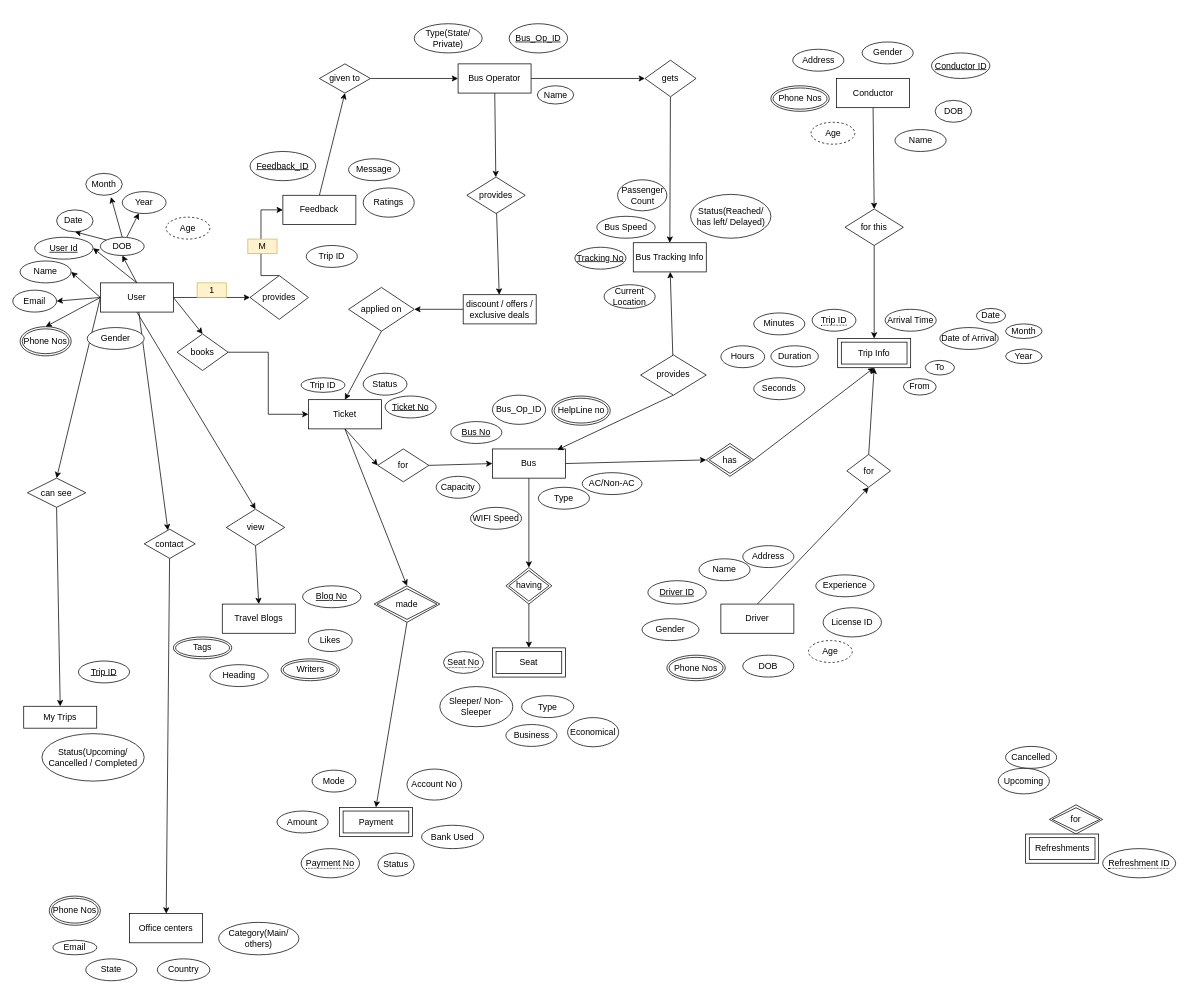
The draw.io diagram Assignment1B.drawio in ritu456286/DBMS, before the edit. Source tidied: cells renumbered, new cells numbered last; positions are measured from the earlier drawing's top-left corner, leaving out a move shared by most shapes. Both pictures are drawn from the tidied source at 73%, with x=0, y=0 at pixel (12, 23).
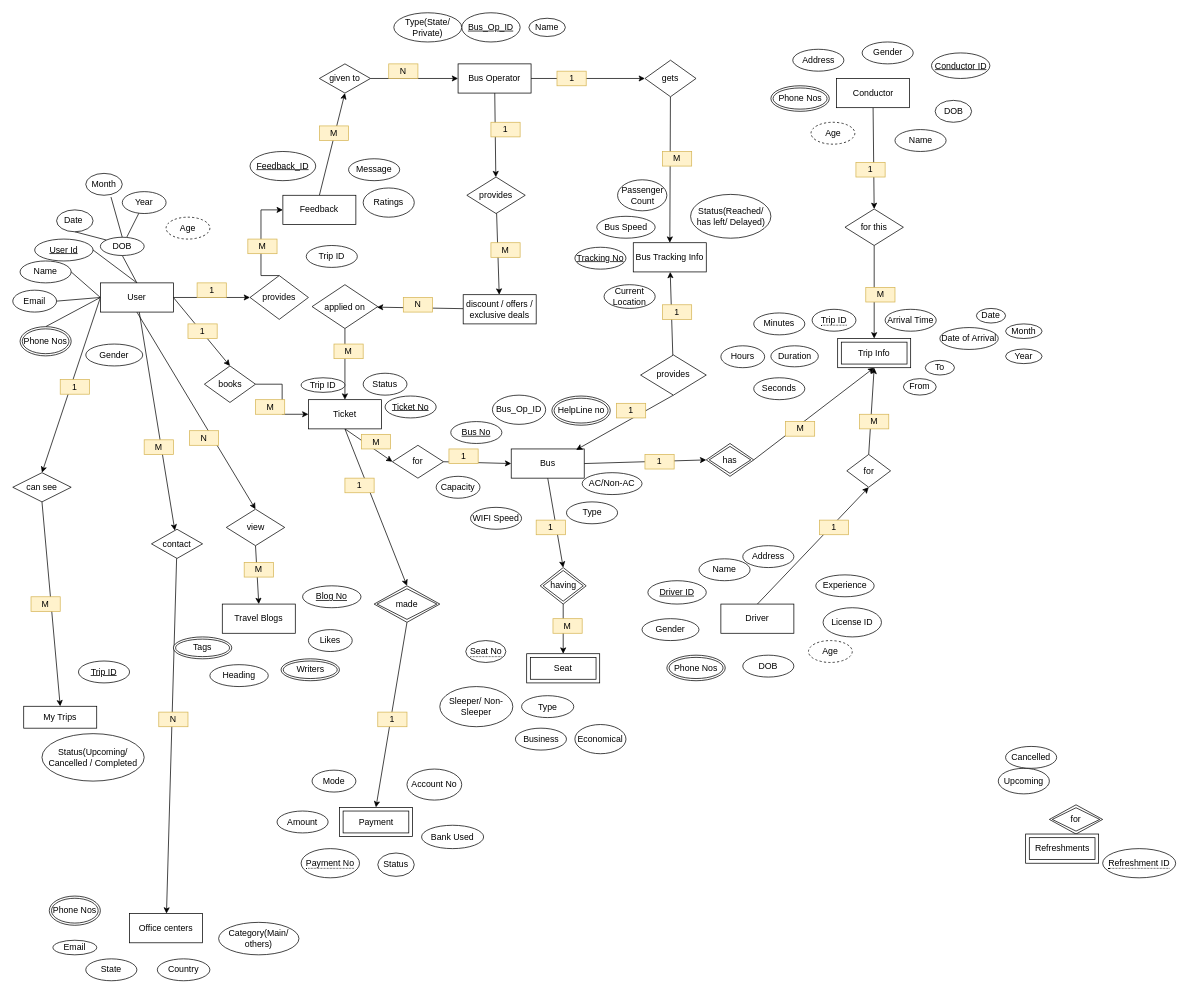
The same page after the edit.

Unchanged cells that the change refers to:
```xml
<mxCell id="12" value="User" style="whiteSpace=wrap;html=1;align=center;" parent="1" vertex="1">
  <mxGeometry x="120" y="355" width="100" height="40" as="geometry" />
</mxCell>
<mxCell id="64" value="Name" style="ellipse;whiteSpace=wrap;html=1;align=center;" parent="1" vertex="1">
  <mxGeometry x="10" y="325" width="70" height="30" as="geometry" />
</mxCell>
<mxCell id="67" value="DOB" style="ellipse;whiteSpace=wrap;html=1;align=center;" parent="1" vertex="1">
  <mxGeometry x="120" y="292.5" width="60" height="25" as="geometry" />
</mxCell>
<mxCell id="68" value="Date&amp;nbsp;" style="ellipse;whiteSpace=wrap;html=1;align=center;" parent="1" vertex="1">
  <mxGeometry x="60" y="255" width="50" height="30" as="geometry" />
</mxCell>
<mxCell id="69" value="Month" style="ellipse;whiteSpace=wrap;html=1;align=center;" parent="1" vertex="1">
  <mxGeometry x="100" y="205" width="50" height="30" as="geometry" />
</mxCell>
<mxCell id="70" value="Year" style="ellipse;whiteSpace=wrap;html=1;align=center;" parent="1" vertex="1">
  <mxGeometry x="150" y="230" width="60" height="30" as="geometry" />
</mxCell>
<mxCell id="72" value="Email" style="ellipse;whiteSpace=wrap;html=1;align=center;" parent="1" vertex="1">
  <mxGeometry y="365" width="60" height="30" as="geometry" />
</mxCell>
<mxCell id="86" value="Phone Nos" style="ellipse;shape=doubleEllipse;margin=3;whiteSpace=wrap;html=1;align=center;" parent="1" vertex="1">
  <mxGeometry x="10" y="415" width="70" height="40" as="geometry" />
</mxCell>
```

What changed in the source:
```diff
@@
-    <mxCell id="7" style="edgeStyle=none;rounded=0;jettySize=auto;html=1;exitX=0.5;exitY=0;exitDx=0;exitDy=0;entryX=0.5;entryY=1;entryDx=0;entryDy=0;" parent="1" edge="1" source="12" target="67">
+    <mxCell id="7" style="edgeStyle=none;rounded=0;jettySize=auto;html=1;exitX=0.5;exitY=0;exitDx=0;exitDy=0;entryX=0.5;entryY=1;entryDx=0;entryDy=0;endArrow=none;endFill=0;" parent="1" edge="1" source="12" target="67">
       <mxGeometry relative="1" as="geometry" />
     </mxCell>
-    <mxCell id="8" style="edgeStyle=none;rounded=0;jettySize=auto;html=1;exitX=0.5;exitY=0;exitDx=0;exitDy=0;entryX=1;entryY=0.5;entryDx=0;entryDy=0;" parent="1" edge="1" source="12" target="63">
+    <mxCell id="8" style="rounded=0;jettySize=auto;html=1;exitX=0.5;exitY=0;exitDx=0;exitDy=0;entryX=1;entryY=0.5;entryDx=0;entryDy=0;endArrow=none;endFill=0;" parent="1" edge="1" source="12" target="63">
       <mxGeometry relative="1" as="geometry" />
     </mxCell>
-    <mxCell id="9" style="edgeStyle=none;rounded=0;jettySize=auto;html=1;exitX=0;exitY=0.5;exitDx=0;exitDy=0;entryX=1;entryY=0.5;entryDx=0;entryDy=0;" parent="1" edge="1" source="12" target="64">
+    <mxCell id="9" style="edgeStyle=none;rounded=0;jettySize=auto;html=1;exitX=0;exitY=0.5;exitDx=0;exitDy=0;entryX=1;entryY=0.5;entryDx=0;entryDy=0;endArrow=none;endFill=0;" parent="1" edge="1" source="12" target="64">
       <mxGeometry relative="1" as="geometry" />
     </mxCell>
-    <mxCell id="10" style="edgeStyle=none;rounded=0;jettySize=auto;html=1;exitX=0;exitY=0.5;exitDx=0;exitDy=0;entryX=1;entryY=0.5;entryDx=0;entryDy=0;" parent="1" edge="1" source="12" target="72">
+    <mxCell id="10" style="edgeStyle=none;rounded=0;jettySize=auto;html=1;exitX=0;exitY=0.5;exitDx=0;exitDy=0;entryX=1;entryY=0.5;entryDx=0;entryDy=0;endArrow=none;endFill=0;" parent="1" edge="1" source="12" target="72">
       <mxGeometry relative="1" as="geometry" />
     </mxCell>
-    <mxCell id="11" style="edgeStyle=none;rounded=0;jettySize=auto;html=1;exitX=0;exitY=0.5;exitDx=0;exitDy=0;entryX=0.5;entryY=0;entryDx=0;entryDy=0;" parent="1" edge="1" source="12" target="86">
+    <mxCell id="11" style="edgeStyle=none;rounded=0;jettySize=auto;html=1;exitX=0;exitY=0.5;exitDx=0;exitDy=0;entryX=0.5;entryY=0;entryDx=0;entryDy=0;endArrow=none;endFill=0;" parent="1" edge="1" source="12" target="86">
       <mxGeometry relative="1" as="geometry" />
     </mxCell>
@@
     <mxCell id="26" value="applied on" style="shape=rhombus;perimeter=rhombusPerimeter;whiteSpace=wrap;html=1;align=center;" parent="1" vertex="1">
-      <mxGeometry x="460" y="361.2" width="90" height="60" as="geometry" />
+      <mxGeometry x="410" y="357.5" width="90" height="60" as="geometry" />
     </mxCell>
@@
     <mxCell id="34" value="can see" style="shape=rhombus;perimeter=rhombusPerimeter;whiteSpace=wrap;html=1;align=center;" parent="1" vertex="1">
-      <mxGeometry x="20" y="622.5" width="80" height="40" as="geometry" />
+      <mxGeometry y="615" width="80" height="40" as="geometry" />
     </mxCell>
@@
     <mxCell id="36" value="contact" style="shape=rhombus;perimeter=rhombusPerimeter;whiteSpace=wrap;html=1;align=center;" parent="1" vertex="1">
-      <mxGeometry x="180" y="692.5" width="70" height="40" as="geometry" />
+      <mxGeometry x="190" y="692.5" width="70" height="40" as="geometry" />
     </mxCell>
@@
     <mxCell id="38" value="books" style="shape=rhombus;perimeter=rhombusPerimeter;whiteSpace=wrap;html=1;align=center;" parent="1" vertex="1">
-      <mxGeometry x="225" y="425" width="70" height="50" as="geometry" />
+      <mxGeometry x="262.5" y="468.8" width="70" height="50" as="geometry" />
     </mxCell>
@@
-    <mxCell id="44" style="edgeStyle=none;rounded=0;jettySize=auto;html=1;exitX=0.5;exitY=1;exitDx=0;exitDy=0;entryX=0.5;entryY=0;entryDx=0;entryDy=0;" parent="1" edge="1" source="46">
-      <mxGeometry relative="1" as="geometry">
-        <mxPoint x="707" y="745" as="targetPoint" />
-      </mxGeometry>
+    <mxCell id="44" style="edgeStyle=none;rounded=0;jettySize=auto;html=1;exitX=0.5;exitY=1;exitDx=0;exitDy=0;entryX=0.5;entryY=0;entryDx=0;entryDy=0;" parent="1" edge="1" source="46" target="88">
+      <mxGeometry relative="1" as="geometry" />
     </mxCell>
@@
     <mxCell id="46" value="Bus" style="whiteSpace=wrap;html=1;align=center;" parent="1" vertex="1">
-      <mxGeometry x="657" y="582.5" width="100" height="40" as="geometry" />
+      <mxGeometry x="682.8" y="582.5" width="100" height="40" as="geometry" />
     </mxCell>
-    <mxCell id="47" style="edgeStyle=none;rounded=0;jettySize=auto;html=1;exitX=0.5;exitY=1;exitDx=0;exitDy=0;entryX=0.5;entryY=0;entryDx=0;entryDy=0;" parent="1" edge="1" target="87">
-      <mxGeometry relative="1" as="geometry">
-        <mxPoint x="707" y="795" as="sourcePoint" />
-      </mxGeometry>
+    <mxCell id="47" style="edgeStyle=none;rounded=0;jettySize=auto;html=1;exitX=0.5;exitY=1;exitDx=0;exitDy=0;entryX=0.5;entryY=0;entryDx=0;entryDy=0;" parent="1" edge="1" source="88" target="87">
+      <mxGeometry relative="1" as="geometry" />
     </mxCell>
@@
     <mxCell id="58" value="for" style="shape=rhombus;perimeter=rhombusPerimeter;whiteSpace=wrap;html=1;align=center;" parent="1" vertex="1">
-      <mxGeometry x="500" y="582.5" width="70" height="45" as="geometry" />
+      <mxGeometry x="520" y="577.5" width="70" height="45" as="geometry" />
     </mxCell>
@@
     <mxCell id="63" value="User Id" style="ellipse;whiteSpace=wrap;html=1;align=center;fontStyle=4;" parent="1" vertex="1">
-      <mxGeometry x="30" y="292.5" width="80" height="30" as="geometry" />
+      <mxGeometry x="30" y="295" width="80" height="30" as="geometry" />
     </mxCell>
@@
-    <mxCell id="65" style="edgeStyle=none;rounded=0;jettySize=auto;html=1;" parent="1" edge="1" source="67" target="70">
+    <mxCell id="65" style="edgeStyle=none;rounded=0;jettySize=auto;html=1;endArrow=none;endFill=0;" parent="1" edge="1" source="67" target="70">
       <mxGeometry relative="1" as="geometry" />
     </mxCell>
-    <mxCell id="66" style="edgeStyle=none;rounded=0;jettySize=auto;html=1;exitX=0;exitY=0;exitDx=0;exitDy=0;entryX=0.5;entryY=1;entryDx=0;entryDy=0;" parent="1" edge="1" source="67" target="68">
+    <mxCell id="66" style="edgeStyle=none;rounded=0;jettySize=auto;html=1;exitX=0;exitY=0;exitDx=0;exitDy=0;entryX=0.5;entryY=1;entryDx=0;entryDy=0;endArrow=none;endFill=0;" parent="1" edge="1" source="67" target="68">
       <mxGeometry relative="1" as="geometry" />
     </mxCell>
@@
-    <mxCell id="71" style="edgeStyle=none;rounded=0;jettySize=auto;html=1;exitX=0.5;exitY=0;exitDx=0;exitDy=0;entryX=0.691;entryY=1.081;entryDx=0;entryDy=0;entryPerimeter=0;" parent="1" edge="1" source="67" target="69">
+    <mxCell id="71" style="edgeStyle=none;rounded=0;jettySize=auto;html=1;exitX=0.5;exitY=0;exitDx=0;exitDy=0;entryX=0.691;entryY=1.081;entryDx=0;entryDy=0;entryPerimeter=0;endArrow=none;endFill=0;" parent="1" edge="1" source="67" target="69">
       <mxGeometry relative="1" as="geometry" />
     </mxCell>
@@
     <mxCell id="80" value="Type" style="ellipse;whiteSpace=wrap;html=1;align=center;" parent="1" vertex="1">
-      <mxGeometry x="720" y="635" width="70" height="30" as="geometry" />
+      <mxGeometry x="758.5" y="655" width="70" height="30" as="geometry" />
     </mxCell>
@@
     <mxCell id="84" value="Economical" style="ellipse;whiteSpace=wrap;html=1;align=center;" parent="1" vertex="1">
-      <mxGeometry x="760" y="950.5" width="70" height="40" as="geometry" />
+      <mxGeometry x="770" y="960" width="70" height="40" as="geometry" />
     </mxCell>
     <mxCell id="85" value="Business" style="ellipse;whiteSpace=wrap;html=1;align=center;" parent="1" vertex="1">
-      <mxGeometry x="675.5" y="960" width="70" height="30" as="geometry" />
+      <mxGeometry x="688.5" y="965" width="70" height="30" as="geometry" />
     </mxCell>
@@
     <mxCell id="87" value="Seat" style="shape=ext;margin=3;double=1;whiteSpace=wrap;html=1;align=center;" parent="1" vertex="1">
-      <mxGeometry x="657" y="855" width="100" height="40" as="geometry" />
+      <mxGeometry x="704" y="863" width="100" height="40" as="geometry" />
     </mxCell>
     <mxCell id="88" value="having" style="shape=rhombus;double=1;perimeter=rhombusPerimeter;whiteSpace=wrap;html=1;align=center;" parent="1" vertex="1">
-      <mxGeometry x="675.5" y="745" width="63" height="50" as="geometry" />
+      <mxGeometry x="722.5" y="745" width="63" height="50" as="geometry" />
     </mxCell>
     <mxCell id="89" value="&lt;span style=&quot;border-bottom: 1px dotted&quot;&gt;Seat No&lt;/span&gt;" style="ellipse;whiteSpace=wrap;html=1;align=center;" parent="1" vertex="1">
-      <mxGeometry x="590" y="860" width="55" height="30" as="geometry" />
+      <mxGeometry x="620.5" y="845" width="55" height="30" as="geometry" />
     </mxCell>
@@
     <mxCell id="128" value="Gender" style="ellipse;whiteSpace=wrap;html=1;align=center;" parent="1" vertex="1">
-      <mxGeometry x="102" y="416.2" width="78" height="30" as="geometry" />
+      <mxGeometry x="100" y="438.8" width="78" height="30" as="geometry" />
     </mxCell>
@@
     <mxCell id="153" value="Bus_Op_ID" style="ellipse;whiteSpace=wrap;html=1;align=center;fontStyle=4;" parent="1" vertex="1">
-      <mxGeometry x="680" width="80" height="40" as="geometry" />
+      <mxGeometry x="615" y="-15" width="80" height="40" as="geometry" />
     </mxCell>
     <mxCell id="154" value="Name" style="ellipse;whiteSpace=wrap;html=1;align=center;" parent="1" vertex="1">
-      <mxGeometry x="718.5" y="85" width="50" height="25" as="geometry" />
+      <mxGeometry x="707" y="-7.5" width="50" height="25" as="geometry" />
     </mxCell>
@@
     <mxCell id="159" value="Type(State/ Private)" style="ellipse;whiteSpace=wrap;html=1;align=center;" parent="1" vertex="1">
-      <mxGeometry x="550" width="93" height="40" as="geometry" />
+      <mxGeometry x="522" y="-15" width="93" height="40" as="geometry" />
     </mxCell>
@@
+    <mxCell id="163" value="M" style="text;html=1;strokeColor=#d6b656;fillColor=#fff2cc;align=center;verticalAlign=middle;whiteSpace=wrap;rounded=0;" parent="1" vertex="1">
+      <mxGeometry x="420" y="140" width="40" height="20" as="geometry" />
+    </mxCell>
+    <mxCell id="164" value="N" style="text;html=1;strokeColor=#d6b656;fillColor=#fff2cc;align=center;verticalAlign=middle;whiteSpace=wrap;rounded=0;" parent="1" vertex="1">
+      <mxGeometry x="515" y="55" width="40" height="20" as="geometry" />
+    </mxCell>
+    <mxCell id="165" value="1" style="text;html=1;strokeColor=#d6b656;fillColor=#fff2cc;align=center;verticalAlign=middle;whiteSpace=wrap;rounded=0;" parent="1" vertex="1">
+      <mxGeometry x="745.5" y="65" width="40" height="20" as="geometry" />
+    </mxCell>
+    <mxCell id="166" value="M" style="text;html=1;strokeColor=#d6b656;fillColor=#fff2cc;align=center;verticalAlign=middle;whiteSpace=wrap;rounded=0;" parent="1" vertex="1">
+      <mxGeometry x="890" y="175" width="40" height="20" as="geometry" />
+    </mxCell>
+    <mxCell id="167" value="1" style="text;html=1;strokeColor=#d6b656;fillColor=#fff2cc;align=center;verticalAlign=middle;whiteSpace=wrap;rounded=0;" parent="1" vertex="1">
+      <mxGeometry x="655" y="135" width="40" height="20" as="geometry" />
+    </mxCell>
+    <mxCell id="168" value="M" style="text;html=1;strokeColor=#d6b656;fillColor=#fff2cc;align=center;verticalAlign=middle;whiteSpace=wrap;rounded=0;" parent="1" vertex="1">
+      <mxGeometry x="655" y="300" width="40" height="20" as="geometry" />
+    </mxCell>
+    <mxCell id="169" value="1" style="text;html=1;strokeColor=#d6b656;fillColor=#fff2cc;align=center;verticalAlign=middle;whiteSpace=wrap;rounded=0;" parent="1" vertex="1">
+      <mxGeometry x="827" y="520" width="40" height="20" as="geometry" />
+    </mxCell>
+    <mxCell id="170" value="1" style="text;html=1;strokeColor=#d6b656;fillColor=#fff2cc;align=center;verticalAlign=middle;whiteSpace=wrap;rounded=0;" parent="1" vertex="1">
+      <mxGeometry x="890" y="385" width="40" height="20" as="geometry" />
+    </mxCell>
+    <mxCell id="171" value="1" style="text;html=1;strokeColor=#d6b656;fillColor=#fff2cc;align=center;verticalAlign=middle;whiteSpace=wrap;rounded=0;" parent="1" vertex="1">
+      <mxGeometry x="240" y="411.2" width="40" height="20" as="geometry" />
+    </mxCell>
+    <mxCell id="172" value="M" style="text;html=1;strokeColor=#d6b656;fillColor=#fff2cc;align=center;verticalAlign=middle;whiteSpace=wrap;rounded=0;" parent="1" vertex="1">
+      <mxGeometry x="332.5" y="515" width="40" height="20" as="geometry" />
+    </mxCell>
+    <mxCell id="173" value="M" style="text;html=1;strokeColor=#d6b656;fillColor=#fff2cc;align=center;verticalAlign=middle;whiteSpace=wrap;rounded=0;" parent="1" vertex="1">
+      <mxGeometry x="180" y="570" width="40" height="20" as="geometry" />
+    </mxCell>
+    <mxCell id="174" value="N" style="text;html=1;strokeColor=#d6b656;fillColor=#fff2cc;align=center;verticalAlign=middle;whiteSpace=wrap;rounded=0;" parent="1" vertex="1">
+      <mxGeometry x="200" y="943" width="40" height="20" as="geometry" />
+    </mxCell>
+    <mxCell id="175" value="M" style="text;html=1;strokeColor=#d6b656;fillColor=#fff2cc;align=center;verticalAlign=middle;whiteSpace=wrap;rounded=0;" parent="1" vertex="1">
+      <mxGeometry x="25" y="785" width="40" height="20" as="geometry" />
+    </mxCell>
+    <mxCell id="176" value="1" style="text;html=1;strokeColor=#d6b656;fillColor=#fff2cc;align=center;verticalAlign=middle;whiteSpace=wrap;rounded=0;" parent="1" vertex="1">
+      <mxGeometry x="65" y="487.5" width="40" height="20" as="geometry" />
+    </mxCell>
+    <mxCell id="177" value="1" style="text;html=1;strokeColor=#d6b656;fillColor=#fff2cc;align=center;verticalAlign=middle;whiteSpace=wrap;rounded=0;" parent="1" vertex="1">
+      <mxGeometry x="500" y="943" width="40" height="20" as="geometry" />
+    </mxCell>
+    <mxCell id="178" value="1" style="text;html=1;strokeColor=#d6b656;fillColor=#fff2cc;align=center;verticalAlign=middle;whiteSpace=wrap;rounded=0;" parent="1" vertex="1">
+      <mxGeometry x="455" y="622.5" width="40" height="20" as="geometry" />
+    </mxCell>
+    <mxCell id="179" value="1" style="text;html=1;strokeColor=#d6b656;fillColor=#fff2cc;align=center;verticalAlign=middle;whiteSpace=wrap;rounded=0;" parent="1" vertex="1">
+      <mxGeometry x="597.5" y="582.5" width="40" height="20" as="geometry" />
+    </mxCell>
+    <mxCell id="180" value="M" style="text;html=1;strokeColor=#d6b656;fillColor=#fff2cc;align=center;verticalAlign=middle;whiteSpace=wrap;rounded=0;" parent="1" vertex="1">
+      <mxGeometry x="477.5" y="562.5" width="40" height="20" as="geometry" />
+    </mxCell>
+    <mxCell id="181" value="M" style="text;html=1;strokeColor=#d6b656;fillColor=#fff2cc;align=center;verticalAlign=middle;whiteSpace=wrap;rounded=0;" parent="1" vertex="1">
+      <mxGeometry x="317" y="738" width="40" height="20" as="geometry" />
+    </mxCell>
+    <mxCell id="182" value="N" style="text;html=1;strokeColor=#d6b656;fillColor=#fff2cc;align=center;verticalAlign=middle;whiteSpace=wrap;rounded=0;" parent="1" vertex="1">
+      <mxGeometry x="242" y="557.5" width="40" height="20" as="geometry" />
+    </mxCell>
+    <mxCell id="183" value="M" style="text;html=1;strokeColor=#d6b656;fillColor=#fff2cc;align=center;verticalAlign=middle;whiteSpace=wrap;rounded=0;" parent="1" vertex="1">
+      <mxGeometry x="740" y="815" width="40" height="20" as="geometry" />
+    </mxCell>
+    <mxCell id="184" value="1" style="text;html=1;strokeColor=#d6b656;fillColor=#fff2cc;align=center;verticalAlign=middle;whiteSpace=wrap;rounded=0;" parent="1" vertex="1">
+      <mxGeometry x="717" y="680" width="40" height="20" as="geometry" />
+    </mxCell>
+    <mxCell id="185" value="1" style="text;html=1;strokeColor=#d6b656;fillColor=#fff2cc;align=center;verticalAlign=middle;whiteSpace=wrap;rounded=0;" parent="1" vertex="1">
+      <mxGeometry x="866" y="590" width="40" height="20" as="geometry" />
+    </mxCell>
+    <mxCell id="186" value="M" style="text;html=1;strokeColor=#d6b656;fillColor=#fff2cc;align=center;verticalAlign=middle;whiteSpace=wrap;rounded=0;" parent="1" vertex="1">
+      <mxGeometry x="1058.5" y="545" width="40" height="20" as="geometry" />
+    </mxCell>
+    <mxCell id="187" value="M" style="text;html=1;strokeColor=#d6b656;fillColor=#fff2cc;align=center;verticalAlign=middle;whiteSpace=wrap;rounded=0;" parent="1" vertex="1">
+      <mxGeometry x="1160" y="535" width="40" height="20" as="geometry" />
+    </mxCell>
+    <mxCell id="188" value="1" style="text;html=1;strokeColor=#d6b656;fillColor=#fff2cc;align=center;verticalAlign=middle;whiteSpace=wrap;rounded=0;" parent="1" vertex="1">
+      <mxGeometry x="1105" y="680" width="40" height="20" as="geometry" />
+    </mxCell>
+    <mxCell id="189" value="1" style="text;html=1;strokeColor=#d6b656;fillColor=#fff2cc;align=center;verticalAlign=middle;whiteSpace=wrap;rounded=0;" parent="1" vertex="1">
+      <mxGeometry x="1155" y="190" width="40" height="20" as="geometry" />
+    </mxCell>
+    <mxCell id="190" value="M" style="text;html=1;strokeColor=#d6b656;fillColor=#fff2cc;align=center;verticalAlign=middle;whiteSpace=wrap;rounded=0;" parent="1" vertex="1">
+      <mxGeometry x="1168.5" y="361.2" width="40" height="20" as="geometry" />
+    </mxCell>
+    <mxCell id="191" value="M" style="text;html=1;strokeColor=#d6b656;fillColor=#fff2cc;align=center;verticalAlign=middle;whiteSpace=wrap;rounded=0;" parent="1" vertex="1">
+      <mxGeometry x="440" y="438.8" width="40" height="20" as="geometry" />
+    </mxCell>
+    <mxCell id="192" value="N" style="text;html=1;strokeColor=#d6b656;fillColor=#fff2cc;align=center;verticalAlign=middle;whiteSpace=wrap;rounded=0;" parent="1" vertex="1">
+      <mxGeometry x="535" y="375" width="40" height="20" as="geometry" />
+    </mxCell>
```
